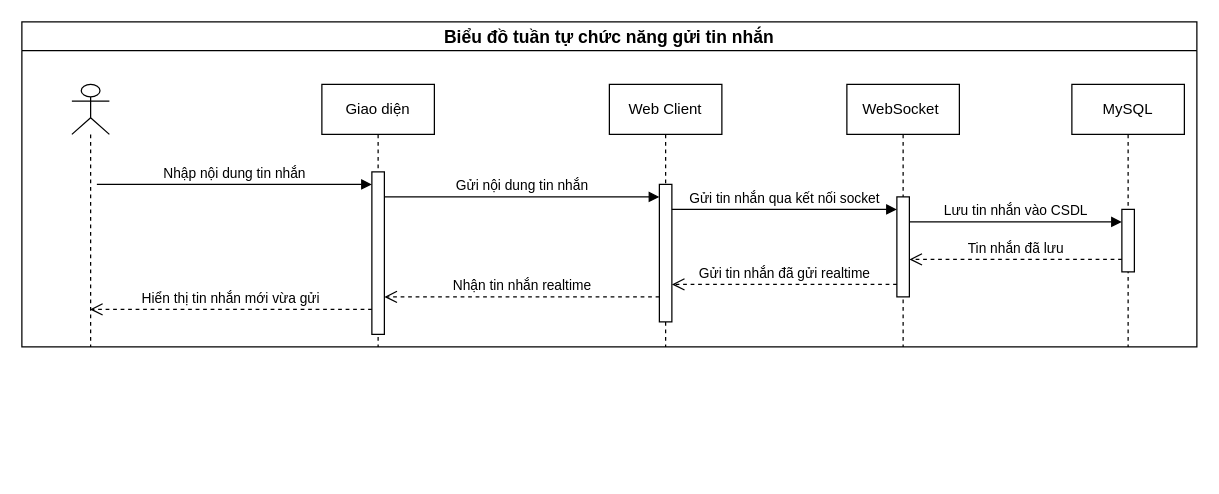
Earlier version of the draw.io diagram document/Sequences/SequencesGuiTinNhan.drawio (toniiplaycode/DNC-Learning). Source tidied: cells renumbered, new cells numbered last; positions are measured from the earlier drawing's top-left corner, leaving out a move shared by most shapes. Both pictures are drawn from the tidied source at 125%, with x=0, y=0 at pixel (21, 21).
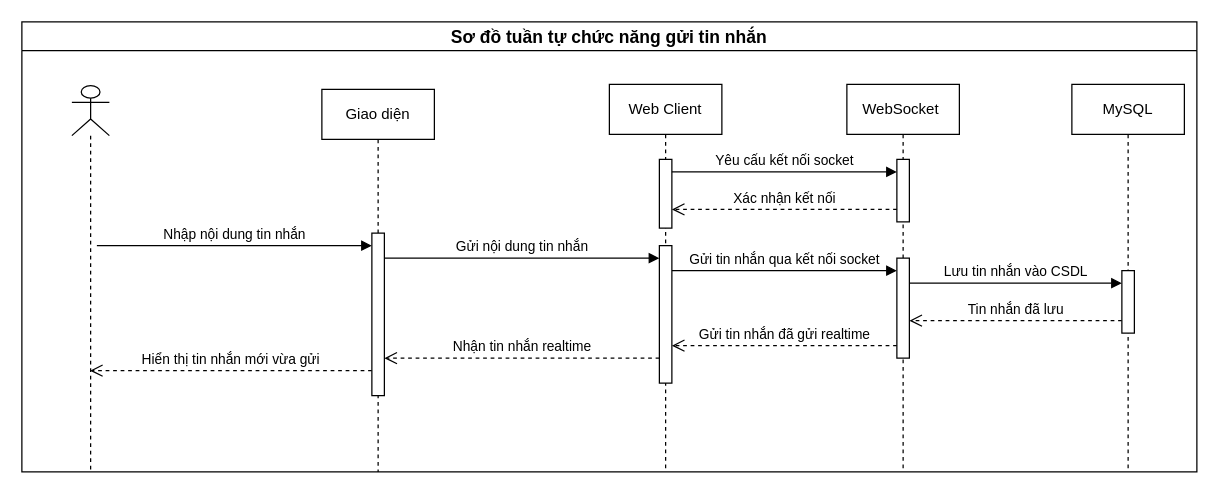
Above is the later version.

What changed in the source:
```diff
@@
-    <mxCell id="2" value="Biểu đồ tuần tự chức năng gửi tin nhắn" style="swimlane;whiteSpace=wrap;html=1;startSize=23;fontSize=14;" parent="1" vertex="1">
-      <mxGeometry width="940" height="260" as="geometry" />
+    <mxCell id="2" value="Sơ đồ tuần tự chức năng gửi tin nhắn" style="swimlane;whiteSpace=wrap;html=1;startSize=23;fontSize=14;" parent="1" vertex="1">
+      <mxGeometry width="940" height="360" as="geometry" />
     </mxCell>
     <mxCell id="3" style="shape=umlLifeline;perimeter=lifelinePerimeter;whiteSpace=wrap;html=1;outlineConnect=0;portConstraint=eastwest;newEdgeStyle={&quot;curved&quot;:0,&quot;rounded&quot;:0};participant=umlActor;" parent="2" vertex="1">
-      <mxGeometry x="40" y="50" width="30" height="210" as="geometry" />
+      <mxGeometry x="40" y="51" width="30" height="309" as="geometry" />
     </mxCell>
-    <mxCell id="4" value="Giao diện" style="shape=umlLifeline;perimeter=lifelinePerimeter;whiteSpace=wrap;html=1;newEdgeStyle={&quot;curved&quot;:0,&quot;rounded&quot;:0};" parent="2" vertex="1">
-      <mxGeometry x="240" y="50" width="90" height="210" as="geometry" />
-    </mxCell>
-    <mxCell id="5" style="html=1;points=[[0,0,0,0,5],[0,1,0,0,-5],[1,0,0,0,5],[1,1,0,0,-5]];perimeter=orthogonalPerimeter;outlineConnect=0;targetShapes=umlLifeline;portConstraint=eastwest;newEdgeStyle={&quot;curved&quot;:0,&quot;rounded&quot;:0};" parent="4" vertex="1">
-      <mxGeometry x="40" y="70" width="10" height="130" as="geometry" />
-    </mxCell>
     <mxCell id="6" value="Web Client" style="shape=umlLifeline;perimeter=lifelinePerimeter;whiteSpace=wrap;html=1;newEdgeStyle={&quot;curved&quot;:0,&quot;rounded&quot;:0};" parent="2" vertex="1">
-      <mxGeometry x="470" y="50" width="90" height="210" as="geometry" />
+      <mxGeometry x="470" y="50" width="90" height="310" as="geometry" />
     </mxCell>
-    <mxCell id="7" style="html=1;points=[[0,0,0,0,5],[0,1,0,0,-5],[1,0,0,0,5],[1,1,0,0,-5]];perimeter=orthogonalPerimeter;outlineConnect=0;targetShapes=umlLifeline;portConstraint=eastwest;newEdgeStyle={&quot;curved&quot;:0,&quot;rounded&quot;:0};" parent="6" vertex="1">
-      <mxGeometry x="40" y="80" width="10" height="110" as="geometry" />
-    </mxCell>
     <mxCell id="8" value="WebSocket&amp;nbsp;" style="shape=umlLifeline;perimeter=lifelinePerimeter;whiteSpace=wrap;html=1;newEdgeStyle={&quot;curved&quot;:0,&quot;rounded&quot;:0};" parent="2" vertex="1">
-      <mxGeometry x="660" y="50" width="90" height="210" as="geometry" />
+      <mxGeometry x="660" y="50" width="90" height="310" as="geometry" />
     </mxCell>
-    <mxCell id="9" style="html=1;points=[[0,0,0,0,5],[0,1,0,0,-5],[1,0,0,0,5],[1,1,0,0,-5]];perimeter=orthogonalPerimeter;outlineConnect=0;targetShapes=umlLifeline;portConstraint=eastwest;newEdgeStyle={&quot;curved&quot;:0,&quot;rounded&quot;:0};" parent="8" vertex="1">
-      <mxGeometry x="40" y="90" width="10" height="80" as="geometry" />
-    </mxCell>
+    <mxCell id="20" style="html=1;perimeter=orthogonalPerimeter;targetShapes=umlLifeline;newEdgeStyle={&quot;curved&quot;:0,&quot;rounded&quot;:0};" parent="8" vertex="1">
+      <mxGeometry x="-150" y="60" width="10" height="55" as="geometry" />
+    </mxCell>
+    <mxCell id="21" style="html=1;perimeter=orthogonalPerimeter;targetShapes=umlLifeline;newEdgeStyle={&quot;curved&quot;:0,&quot;rounded&quot;:0};" parent="8" vertex="1">
+      <mxGeometry x="40" y="60" width="10" height="50" as="geometry" />
+    </mxCell>
+    <mxCell id="22" value="Yêu cấu kết nối socket" style="html=1;verticalAlign=bottom;endArrow=block;curved=0;rounded=0;" parent="8" edge="1">
+      <mxGeometry relative="1" as="geometry">
+        <mxPoint x="-140" y="70" as="sourcePoint" />
+        <mxPoint x="40" y="70" as="targetPoint" />
+      </mxGeometry>
+    </mxCell>
+    <mxCell id="23" value="Xác nhận kết nối" style="html=1;verticalAlign=bottom;endArrow=open;dashed=1;endSize=8;curved=0;rounded=0;" parent="8" edge="1">
+      <mxGeometry relative="1" as="geometry">
+        <mxPoint x="40" y="100" as="sourcePoint" />
+        <mxPoint x="-140" y="100" as="targetPoint" />
+      </mxGeometry>
+    </mxCell>
+    <mxCell id="13" value="MySQL" style="shape=umlLifeline;perimeter=lifelinePerimeter;whiteSpace=wrap;html=1;newEdgeStyle={&quot;curved&quot;:0,&quot;rounded&quot;:0};" parent="2" vertex="1">
+      <mxGeometry x="840" y="50" width="90" height="310" as="geometry" />
+    </mxCell>
-    <mxCell id="10" value="Nhập nội dung tin nhắn" style="html=1;verticalAlign=bottom;endArrow=block;curved=0;rounded=0;" parent="2" edge="1">
+    <mxCell id="10" value="Nhập nội dung tin nhắn" style="html=1;verticalAlign=bottom;endArrow=block;curved=0;rounded=0;" parent="1" edge="1">
       <mxGeometry relative="1" as="geometry">
-        <mxPoint x="60" y="130" as="sourcePoint" />
-        <mxPoint x="280" y="130" as="targetPoint" />
+        <mxPoint x="60" y="179" as="sourcePoint" />
+        <mxPoint x="280" y="179" as="targetPoint" />
       </mxGeometry>
     </mxCell>
-    <mxCell id="11" value="Gửi nội dung tin nhắn" style="html=1;verticalAlign=bottom;endArrow=block;curved=0;rounded=0;" parent="2" edge="1">
+    <mxCell id="11" value="Gửi nội dung tin nhắn" style="html=1;verticalAlign=bottom;endArrow=block;curved=0;rounded=0;" parent="1" edge="1">
       <mxGeometry relative="1" as="geometry">
-        <mxPoint x="290" y="140" as="sourcePoint" />
-        <mxPoint x="510" y="140" as="targetPoint" />
+        <mxPoint x="290" y="189" as="sourcePoint" />
+        <mxPoint x="510" y="189" as="targetPoint" />
       </mxGeometry>
     </mxCell>
-    <mxCell id="12" value="Gửi tin nhắn qua kết nối socket" style="html=1;verticalAlign=bottom;endArrow=block;curved=0;rounded=0;" parent="2" edge="1" target="9">
+    <mxCell id="12" value="Gửi tin nhắn qua kết nối socket" style="html=1;verticalAlign=bottom;endArrow=block;curved=0;rounded=0;" parent="1" edge="1" target="9">
       <mxGeometry relative="1" as="geometry">
-        <mxPoint x="520" y="150" as="sourcePoint" />
+        <mxPoint x="520" y="199" as="sourcePoint" />
       </mxGeometry>
     </mxCell>
-    <mxCell id="13" value="MySQL" style="shape=umlLifeline;perimeter=lifelinePerimeter;whiteSpace=wrap;html=1;newEdgeStyle={&quot;curved&quot;:0,&quot;rounded&quot;:0};" parent="2" vertex="1">
-      <mxGeometry x="840" y="50" width="90" height="210" as="geometry" />
-    </mxCell>
-    <mxCell id="14" style="html=1;points=[[0,0,0,0,5],[0,1,0,0,-5],[1,0,0,0,5],[1,1,0,0,-5]];perimeter=orthogonalPerimeter;outlineConnect=0;targetShapes=umlLifeline;portConstraint=eastwest;newEdgeStyle={&quot;curved&quot;:0,&quot;rounded&quot;:0};" parent="13" vertex="1">
-      <mxGeometry x="40" y="100" width="10" height="50" as="geometry" />
-    </mxCell>
-    <mxCell id="15" value="Lưu tin nhắn vào CSDL" style="html=1;verticalAlign=bottom;endArrow=block;curved=0;rounded=0;" parent="2" edge="1" target="14">
+    <mxCell id="15" value="Lưu tin nhắn vào CSDL" style="html=1;verticalAlign=bottom;endArrow=block;curved=0;rounded=0;" parent="1" edge="1" target="14">
       <mxGeometry relative="1" as="geometry">
-        <mxPoint x="710" y="160" as="sourcePoint" />
+        <mxPoint x="710" y="209" as="sourcePoint" />
       </mxGeometry>
     </mxCell>
-    <mxCell id="16" value="Tin nhắn đã lưu" style="html=1;verticalAlign=bottom;endArrow=open;dashed=1;endSize=8;curved=0;rounded=0;" parent="2" edge="1" target="9">
+    <mxCell id="16" value="Tin nhắn đã lưu" style="html=1;verticalAlign=bottom;endArrow=open;dashed=1;endSize=8;curved=0;rounded=0;" parent="1" edge="1" target="9">
       <mxGeometry relative="1" as="geometry">
-        <mxPoint x="880" y="190" as="sourcePoint" />
+        <mxPoint x="880" y="239" as="sourcePoint" />
       </mxGeometry>
     </mxCell>
-    <mxCell id="17" value="Gửi tin nhắn đã gửi realtime" style="html=1;verticalAlign=bottom;endArrow=open;dashed=1;endSize=8;curved=0;rounded=0;" parent="2" edge="1" target="7">
+    <mxCell id="17" value="Gửi tin nhắn đã gửi realtime" style="html=1;verticalAlign=bottom;endArrow=open;dashed=1;endSize=8;curved=0;rounded=0;" parent="1" edge="1" target="7">
       <mxGeometry relative="1" as="geometry">
-        <mxPoint x="700" y="210" as="sourcePoint" />
+        <mxPoint x="700" y="259" as="sourcePoint" />
       </mxGeometry>
     </mxCell>
-    <mxCell id="18" value="Nhận tin nhắn realtime" style="html=1;verticalAlign=bottom;endArrow=open;dashed=1;endSize=8;curved=0;rounded=0;" parent="2" edge="1" target="5">
+    <mxCell id="18" value="Nhận tin nhắn realtime" style="html=1;verticalAlign=bottom;endArrow=open;dashed=1;endSize=8;curved=0;rounded=0;" parent="1" edge="1" target="5">
       <mxGeometry relative="1" as="geometry">
-        <mxPoint x="510" y="220" as="sourcePoint" />
+        <mxPoint x="510" y="269" as="sourcePoint" />
       </mxGeometry>
     </mxCell>
-    <mxCell id="19" value="Hiển thị tin nhắn mới vừa gửi" style="html=1;verticalAlign=bottom;endArrow=open;dashed=1;endSize=8;curved=0;rounded=0;" parent="2" edge="1" target="3">
+    <mxCell id="19" value="Hiển thị tin nhắn mới vừa gửi" style="html=1;verticalAlign=bottom;endArrow=open;dashed=1;endSize=8;curved=0;rounded=0;" parent="1" edge="1">
       <mxGeometry relative="1" as="geometry">
-        <mxPoint x="280" y="230" as="sourcePoint" />
+        <mxPoint x="280" y="279" as="sourcePoint" />
+        <mxPoint x="54.5" y="279" as="targetPoint" />
       </mxGeometry>
     </mxCell>
+    <mxCell id="7" style="html=1;points=[[0,0,0,0,5],[0,1,0,0,-5],[1,0,0,0,5],[1,1,0,0,-5]];perimeter=orthogonalPerimeter;outlineConnect=0;targetShapes=umlLifeline;portConstraint=eastwest;newEdgeStyle={&quot;curved&quot;:0,&quot;rounded&quot;:0};" parent="1" vertex="1">
+      <mxGeometry x="510" y="179" width="10" height="110" as="geometry" />
+    </mxCell>
+    <mxCell id="9" style="html=1;points=[[0,0,0,0,5],[0,1,0,0,-5],[1,0,0,0,5],[1,1,0,0,-5]];perimeter=orthogonalPerimeter;outlineConnect=0;targetShapes=umlLifeline;portConstraint=eastwest;newEdgeStyle={&quot;curved&quot;:0,&quot;rounded&quot;:0};" parent="1" vertex="1">
+      <mxGeometry x="700" y="189" width="10" height="80" as="geometry" />
+    </mxCell>
+    <mxCell id="14" style="html=1;points=[[0,0,0,0,5],[0,1,0,0,-5],[1,0,0,0,5],[1,1,0,0,-5]];perimeter=orthogonalPerimeter;outlineConnect=0;targetShapes=umlLifeline;portConstraint=eastwest;newEdgeStyle={&quot;curved&quot;:0,&quot;rounded&quot;:0};" parent="1" vertex="1">
+      <mxGeometry x="880" y="199" width="10" height="50" as="geometry" />
+    </mxCell>
+    <mxCell id="4" value="Giao diện" style="shape=umlLifeline;perimeter=lifelinePerimeter;whiteSpace=wrap;html=1;newEdgeStyle={&quot;curved&quot;:0,&quot;rounded&quot;:0};" parent="1" vertex="1">
+      <mxGeometry x="240" y="54" width="90" height="306" as="geometry" />
+    </mxCell>
+    <mxCell id="5" style="html=1;points=[[0,0,0,0,5],[0,1,0,0,-5],[1,0,0,0,5],[1,1,0,0,-5]];perimeter=orthogonalPerimeter;outlineConnect=0;targetShapes=umlLifeline;portConstraint=eastwest;newEdgeStyle={&quot;curved&quot;:0,&quot;rounded&quot;:0};" parent="4" vertex="1">
+      <mxGeometry x="40" y="115" width="10" height="130" as="geometry" />
+    </mxCell>
```
